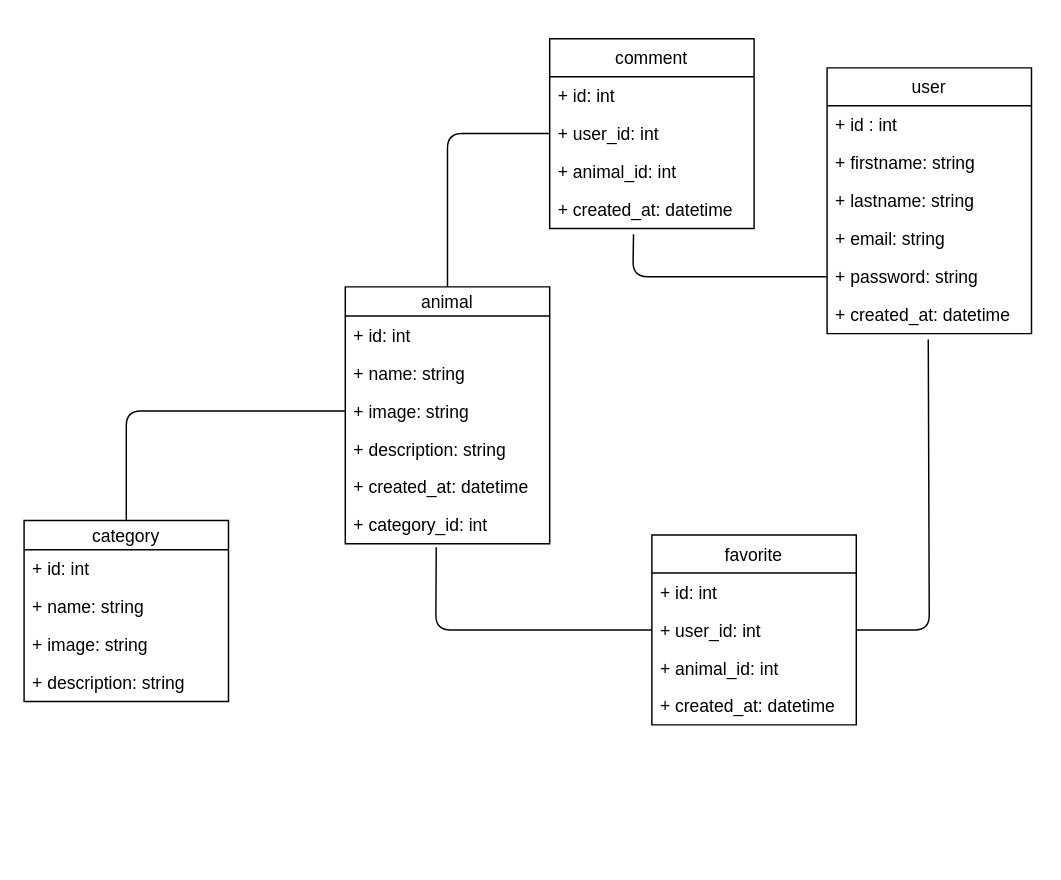
Above: backend/database/db-modeling.dio in ioayoub/Adopt-an-animal (draw.io), before the change. Source tidied: cells renumbered, new cells numbered last; positions are measured from the earlier drawing's top-left corner, leaving out a move shared by most shapes. Both pictures are drawn from the tidied source at 146%, with x=0, y=0 at pixel (23, 38).
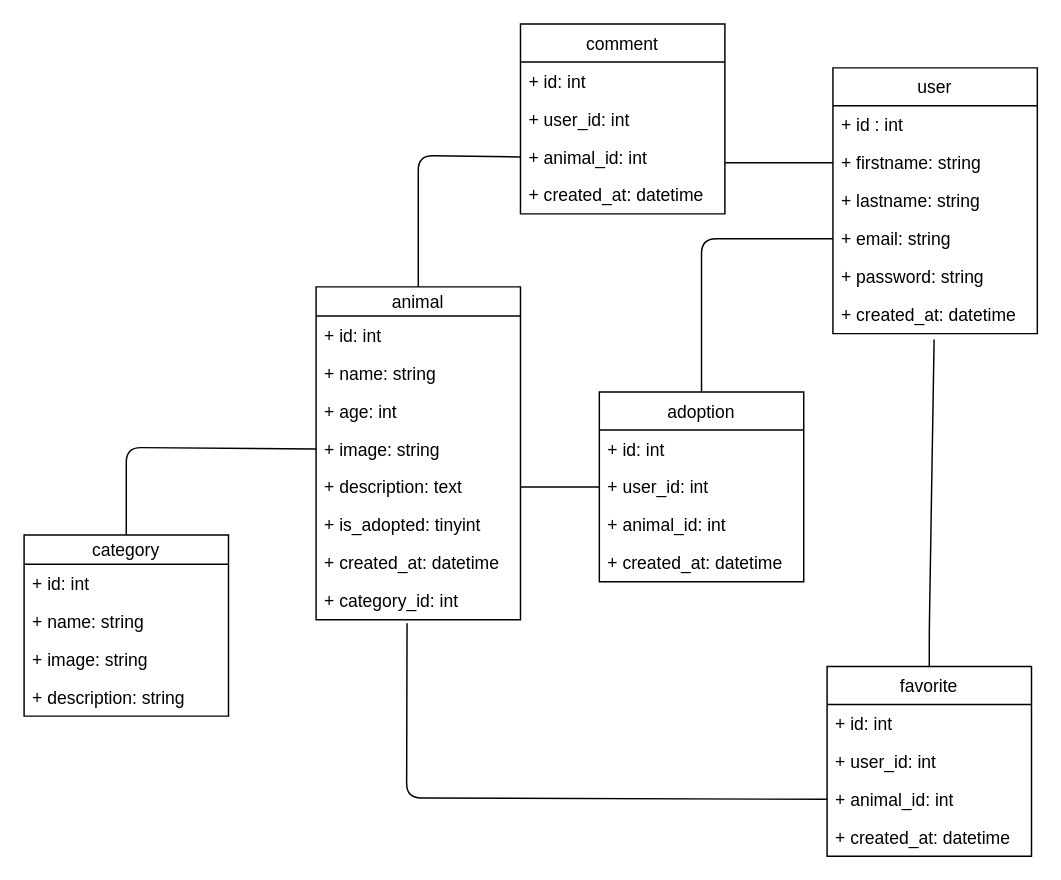
Above is the later version.

Commit message:
update: database/db-modeling add table adoption, update: database/schema.sql to add SQL Script based on modeling

Unchanged cells that the change refers to:
```xml
<mxCell id="4" value="+ firstname: string" style="text;strokeColor=none;fillColor=none;align=left;verticalAlign=top;spacingLeft=4;spacingRight=4;overflow=hidden;points=[[0,0.5],[1,0.5]];portConstraint=eastwest;" parent="2" vertex="1">
  <mxGeometry y="52" width="140" height="26" as="geometry" />
</mxCell>
<mxCell id="6" value="+ email: string" style="text;strokeColor=none;fillColor=none;align=left;verticalAlign=top;spacingLeft=4;spacingRight=4;overflow=hidden;points=[[0,0.5],[1,0.5]];portConstraint=eastwest;" parent="2" vertex="1">
  <mxGeometry y="104" width="140" height="26" as="geometry" />
</mxCell>
<mxCell id="7" value="+ password: string" style="text;strokeColor=none;fillColor=none;align=left;verticalAlign=top;spacingLeft=4;spacingRight=4;overflow=hidden;points=[[0,0.5],[1,0.5]];portConstraint=eastwest;" parent="2" vertex="1">
  <mxGeometry y="130" width="140" height="26" as="geometry" />
</mxCell>
<mxCell id="8" value="+ created_at: datetime" style="text;strokeColor=none;fillColor=none;align=left;verticalAlign=top;spacingLeft=4;spacingRight=4;overflow=hidden;points=[[0,0.5],[1,0.5]];portConstraint=eastwest;" parent="2" vertex="1">
  <mxGeometry y="156" width="140" height="26" as="geometry" />
</mxCell>
<mxCell id="24" value="+ user_id: int" style="text;strokeColor=none;fillColor=none;align=left;verticalAlign=top;spacingLeft=4;spacingRight=4;overflow=hidden;points=[[0,0.5],[1,0.5]];portConstraint=eastwest;" parent="22" vertex="1">
  <mxGeometry y="52" width="140" height="26" as="geometry" />
</mxCell>
<mxCell id="25" value="+ animal_id: int" style="text;strokeColor=none;fillColor=none;align=left;verticalAlign=top;spacingLeft=4;spacingRight=4;overflow=hidden;points=[[0,0.5],[1,0.5]];portConstraint=eastwest;" parent="22" vertex="1">
  <mxGeometry y="78" width="140" height="26" as="geometry" />
</mxCell>
<mxCell id="31" value="+ user_id: int" style="text;strokeColor=none;fillColor=none;align=left;verticalAlign=top;spacingLeft=4;spacingRight=4;overflow=hidden;points=[[0,0.5],[1,0.5]];portConstraint=eastwest;" parent="29" vertex="1">
  <mxGeometry y="52" width="140" height="26" as="geometry" />
</mxCell>
<mxCell id="32" value="+ animal_id: int" style="text;strokeColor=none;fillColor=none;align=left;verticalAlign=top;spacingLeft=4;spacingRight=4;overflow=hidden;points=[[0,0.5],[1,0.5]];portConstraint=eastwest;" parent="29" vertex="1">
  <mxGeometry y="78" width="140" height="26" as="geometry" />
</mxCell>
<mxCell id="33" value="+ created_at: datetime" style="text;strokeColor=none;fillColor=none;align=left;verticalAlign=top;spacingLeft=4;spacingRight=4;overflow=hidden;points=[[0,0.5],[1,0.5]];portConstraint=eastwest;" parent="29" vertex="1">
  <mxGeometry y="104" width="140" height="26" as="geometry" />
</mxCell>
```

Change to the diagram source:
```diff
@@
     <mxCell id="2" value="user" style="swimlane;fontStyle=0;horizontal=1;startSize=26;fillColor=none;" parent="1" vertex="1">
-      <mxGeometry x="550" y="20" width="140" height="182" as="geometry" />
+      <mxGeometry x="554" y="20" width="140" height="182" as="geometry" />
     </mxCell>
@@
     <mxCell id="9" style="edgeStyle=none;html=1;entryX=0.5;entryY=0;entryDx=0;entryDy=0;exitX=0;exitY=0.5;exitDx=0;exitDy=0;endArrow=none;endFill=0;" parent="1" edge="1" source="13" target="17">
       <mxGeometry relative="1" as="geometry">
         <Array as="points">
-          <mxPoint x="70" y="255" />
+          <mxPoint x="70" y="280" />
         </Array>
       </mxGeometry>
     </mxCell>
     <mxCell id="10" value="animal" style="swimlane;fontStyle=0;horizontal=1;startSize=20;fillColor=none;" parent="1" vertex="1">
-      <mxGeometry x="220" y="170" width="140" height="176" as="geometry" />
+      <mxGeometry x="200" y="170" width="140" height="228" as="geometry" />
     </mxCell>
@@
+    <mxCell id="36" value="+ age: int" style="text;strokeColor=none;fillColor=none;align=left;verticalAlign=top;spacingLeft=4;spacingRight=4;overflow=hidden;" parent="10" vertex="1">
+      <mxGeometry y="72" width="140" height="26" as="geometry" />
+    </mxCell>
     <mxCell id="13" value="+ image: string" style="text;strokeColor=none;fillColor=none;align=left;verticalAlign=top;spacingLeft=4;spacingRight=4;overflow=hidden;points=[[0,0.5],[1,0.5]];portConstraint=eastwest;" parent="10" vertex="1">
-      <mxGeometry y="72" width="140" height="26" as="geometry" />
+      <mxGeometry y="98" width="140" height="26" as="geometry" />
     </mxCell>
+    <mxCell id="37" value="+ description: text" style="text;strokeColor=none;fillColor=none;align=left;verticalAlign=top;spacingLeft=4;spacingRight=4;overflow=hidden;points=[[0,0.5],[1,0.5]];portConstraint=eastwest;" parent="10" vertex="1">
+      <mxGeometry y="124" width="140" height="26" as="geometry" />
+    </mxCell>
-    <mxCell id="14" value="+ description: string" style="text;strokeColor=none;fillColor=none;align=left;verticalAlign=top;spacingLeft=4;spacingRight=4;overflow=hidden;" parent="10" vertex="1">
-      <mxGeometry y="98" width="140" height="26" as="geometry" />
+    <mxCell id="14" value="+ is_adopted: tinyint" style="text;strokeColor=none;fillColor=none;align=left;verticalAlign=top;spacingLeft=4;spacingRight=4;overflow=hidden;" parent="10" vertex="1">
+      <mxGeometry y="150" width="140" height="26" as="geometry" />
     </mxCell>
     <mxCell id="15" value="+ created_at: datetime" style="text;strokeColor=none;fillColor=none;align=left;verticalAlign=top;spacingLeft=4;spacingRight=4;overflow=hidden;" parent="10" vertex="1">
-      <mxGeometry y="124" width="140" height="26" as="geometry" />
+      <mxGeometry y="176" width="140" height="26" as="geometry" />
     </mxCell>
     <mxCell id="16" value="+ category_id: int" style="text;strokeColor=none;fillColor=none;align=left;verticalAlign=top;spacingLeft=4;spacingRight=4;overflow=hidden;points=[[0,0.5],[1,0.5]];portConstraint=eastwest;" parent="10" vertex="1">
-      <mxGeometry y="150" width="140" height="26" as="geometry" />
+      <mxGeometry y="202" width="140" height="26" as="geometry" />
     </mxCell>
     <mxCell id="17" value="category" style="swimlane;fontStyle=0;horizontal=1;startSize=20;fillColor=none;" parent="1" vertex="1">
-      <mxGeometry y="330" width="140" height="124" as="geometry" />
+      <mxGeometry y="340" width="140" height="124" as="geometry" />
     </mxCell>
@@
     <mxCell id="22" value="favorite" style="swimlane;fontStyle=0;horizontal=1;startSize=26;fillColor=none;" parent="1" vertex="1">
-      <mxGeometry x="430" y="340" width="140" height="130" as="geometry" />
+      <mxGeometry x="550" y="430" width="140" height="130" as="geometry" />
     </mxCell>
@@
-    <mxCell id="27" style="edgeStyle=none;html=1;entryX=0;entryY=0.5;entryDx=0;entryDy=0;exitX=0.445;exitY=1.09;exitDx=0;exitDy=0;exitPerimeter=0;endArrow=none;endFill=0;" parent="1" edge="1" source="16" target="24">
+    <mxCell id="27" style="edgeStyle=none;html=1;entryX=0;entryY=0.5;entryDx=0;entryDy=0;exitX=0.445;exitY=1.09;exitDx=0;exitDy=0;exitPerimeter=0;endArrow=none;endFill=0;" parent="1" edge="1" source="16" target="25">
       <mxGeometry relative="1" as="geometry">
         <Array as="points">
-          <mxPoint x="282" y="405" />
+          <mxPoint x="262" y="520" />
         </Array>
       </mxGeometry>
     </mxCell>
-    <mxCell id="28" style="edgeStyle=none;html=1;exitX=0.495;exitY=1.154;exitDx=0;exitDy=0;exitPerimeter=0;entryX=1;entryY=0.5;entryDx=0;entryDy=0;endArrow=none;endFill=0;" parent="1" edge="1" source="8" target="24">
+    <mxCell id="28" style="edgeStyle=none;html=1;exitX=0.495;exitY=1.154;exitDx=0;exitDy=0;exitPerimeter=0;entryX=0.5;entryY=0;entryDx=0;entryDy=0;endArrow=none;endFill=0;" parent="1" edge="1" source="8" target="22">
       <mxGeometry relative="1" as="geometry">
         <Array as="points">
           <mxPoint x="620" y="405" />
         </Array>
       </mxGeometry>
     </mxCell>
     <mxCell id="29" value="comment" style="swimlane;fontStyle=0;horizontal=1;startSize=26;fillColor=none;" parent="1" vertex="1">
-      <mxGeometry x="360" width="140" height="130" as="geometry" />
+      <mxGeometry x="340" y="-10" width="140" height="130" as="geometry" />
     </mxCell>
@@
-    <mxCell id="34" style="edgeStyle=none;html=1;entryX=0.5;entryY=0;entryDx=0;entryDy=0;exitX=0;exitY=0.5;exitDx=0;exitDy=0;endArrow=none;endFill=0;" parent="1" edge="1" source="31" target="10">
+    <mxCell id="34" style="edgeStyle=none;html=1;entryX=0.5;entryY=0;entryDx=0;entryDy=0;exitX=0;exitY=0.5;exitDx=0;exitDy=0;endArrow=none;endFill=0;" parent="1" edge="1" source="32" target="10">
       <mxGeometry relative="1" as="geometry">
         <Array as="points">
-          <mxPoint x="290" y="65" />
+          <mxPoint x="270" y="80" />
         </Array>
       </mxGeometry>
     </mxCell>
-    <mxCell id="35" style="edgeStyle=none;html=1;entryX=0;entryY=0.5;entryDx=0;entryDy=0;exitX=0.41;exitY=1.154;exitDx=0;exitDy=0;exitPerimeter=0;endArrow=none;endFill=0;" parent="1" edge="1" source="33" target="7">
+    <mxCell id="35" style="edgeStyle=none;html=1;entryX=0;entryY=0.5;entryDx=0;entryDy=0;endArrow=none;endFill=0;" parent="1" edge="1" target="4">
       <mxGeometry relative="1" as="geometry">
-        <Array as="points">
-          <mxPoint x="417" y="163" />
-        </Array>
+        <mxPoint x="480" y="85" as="sourcePoint" />
       </mxGeometry>
     </mxCell>
+    <mxCell id="38" value="adoption" style="swimlane;fontStyle=0;horizontal=1;startSize=26;fillColor=none;" parent="1" vertex="1">
+      <mxGeometry x="394" y="242" width="140" height="130" as="geometry" />
+    </mxCell>
+    <mxCell id="39" value="+ id: int" style="text;strokeColor=none;fillColor=none;align=left;verticalAlign=top;spacingLeft=4;spacingRight=4;overflow=hidden;" parent="38" vertex="1">
+      <mxGeometry y="26" width="140" height="26" as="geometry" />
+    </mxCell>
+    <mxCell id="40" value="+ user_id: int" style="text;strokeColor=none;fillColor=none;align=left;verticalAlign=top;spacingLeft=4;spacingRight=4;overflow=hidden;points=[[0,0.5],[1,0.5]];portConstraint=eastwest;" parent="38" vertex="1">
+      <mxGeometry y="52" width="140" height="26" as="geometry" />
+    </mxCell>
+    <mxCell id="41" value="+ animal_id: int" style="text;strokeColor=none;fillColor=none;align=left;verticalAlign=top;spacingLeft=4;spacingRight=4;overflow=hidden;" parent="38" vertex="1">
+      <mxGeometry y="78" width="140" height="26" as="geometry" />
+    </mxCell>
+    <mxCell id="42" value="+ created_at: datetime" style="text;strokeColor=none;fillColor=none;align=left;verticalAlign=top;spacingLeft=4;spacingRight=4;overflow=hidden;" parent="38" vertex="1">
+      <mxGeometry y="104" width="140" height="26" as="geometry" />
+    </mxCell>
+    <mxCell id="43" style="edgeStyle=none;html=1;exitX=0;exitY=0.5;exitDx=0;exitDy=0;endArrow=none;endFill=0;entryX=0.5;entryY=0;entryDx=0;entryDy=0;" parent="1" edge="1" source="6" target="38">
+      <mxGeometry relative="1" as="geometry">
+        <Array as="points">
+          <mxPoint x="464" y="137" />
+        </Array>
+      </mxGeometry>
+    </mxCell>
+    <mxCell id="44" style="edgeStyle=none;html=1;entryX=1;entryY=0.5;entryDx=0;entryDy=0;endArrow=none;endFill=0;exitX=0;exitY=0.5;exitDx=0;exitDy=0;" parent="1" edge="1" source="40" target="37">
+      <mxGeometry relative="1" as="geometry" />
+    </mxCell>
```
